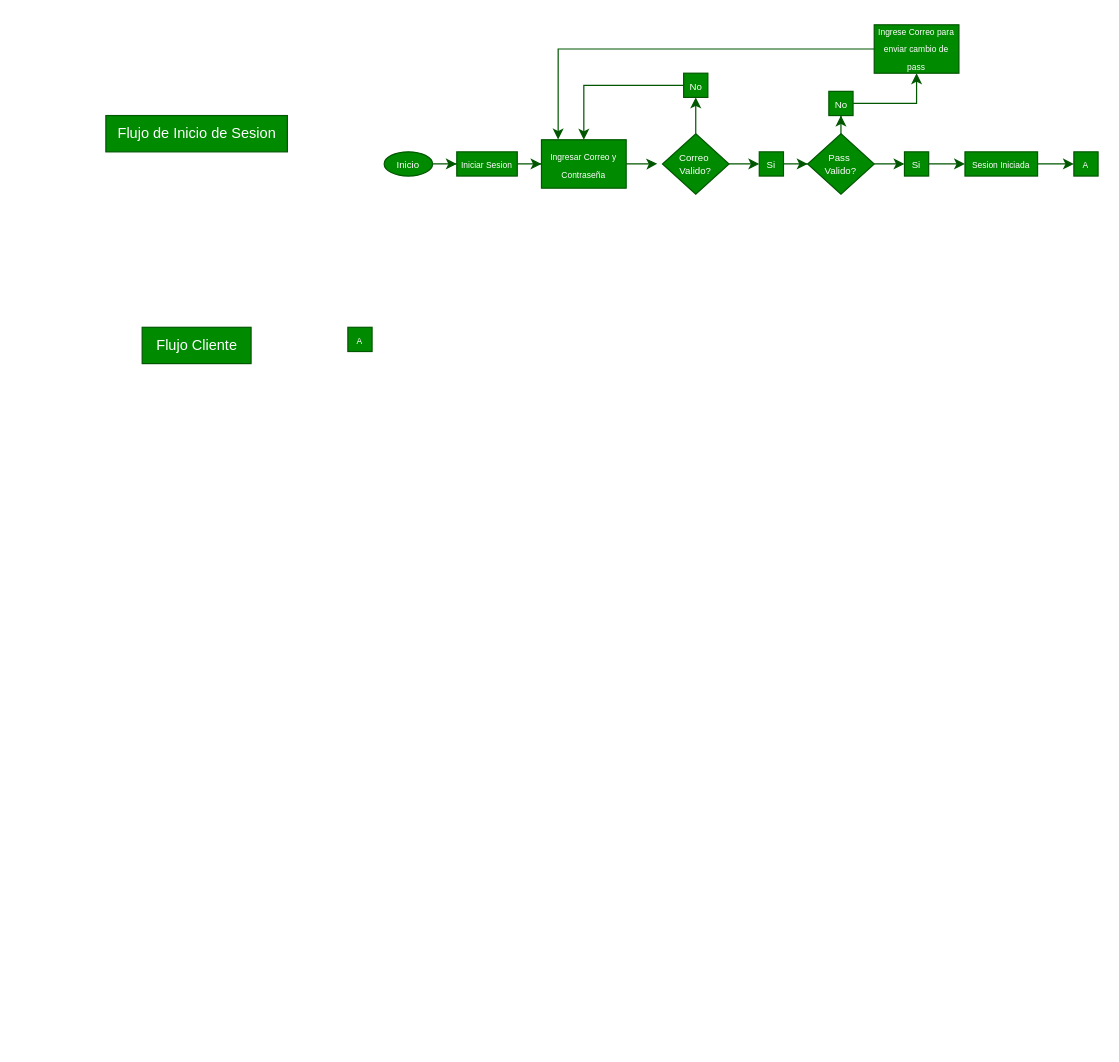
This is Diagrama sin título.drawio from Jottapar/Curso, a draw.io file, before an edit. Source tidied: cells renumbered, new cells numbered last; positions are measured from the earlier drawing's top-left corner, leaving out a move shared by most shapes. Both pictures are drawn from the tidied source at 121%, with x=0, y=0 at pixel (105, 24).
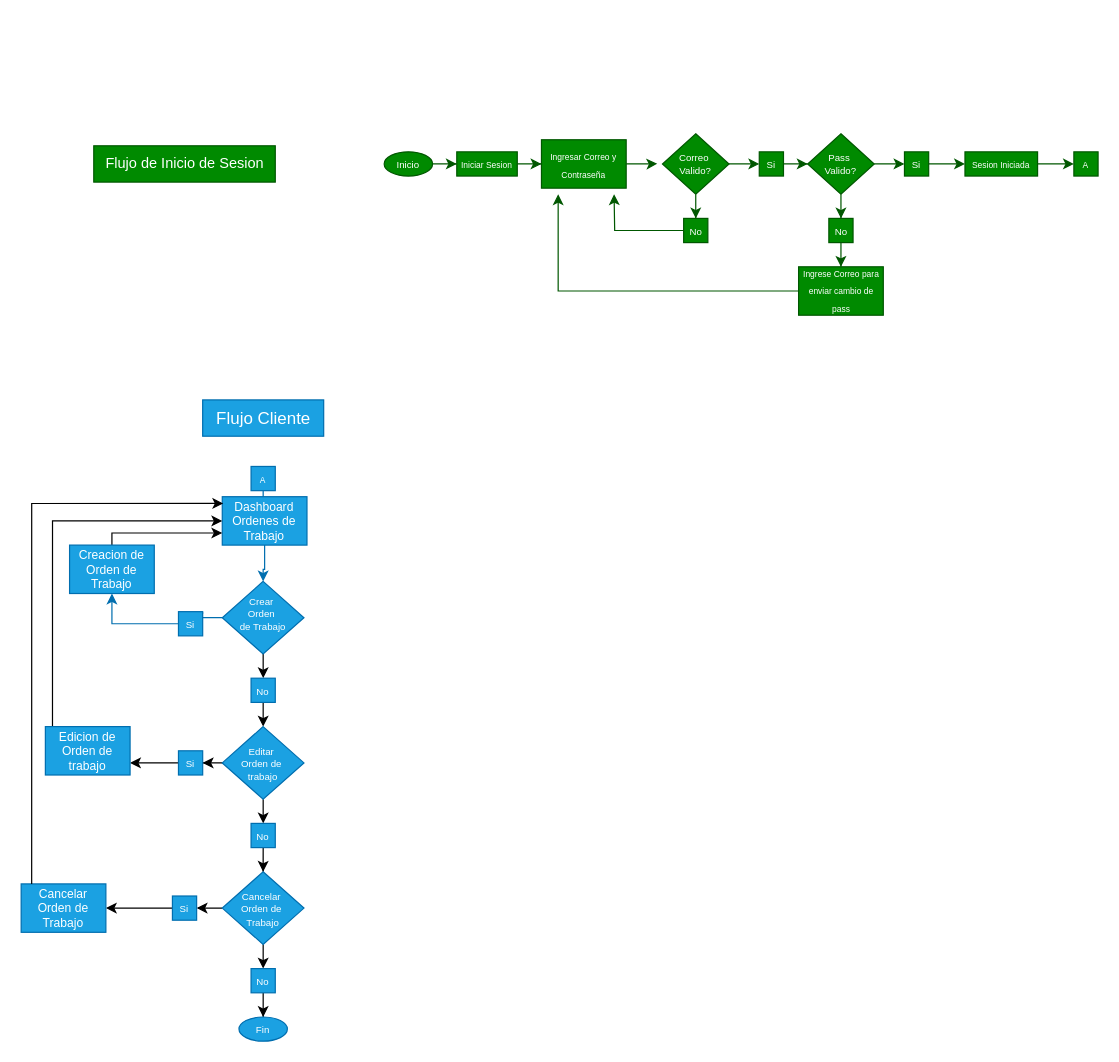
After the change.

The change refers to these unchanged cells:
```xml
<mxCell id="5" value="&lt;div style=&quot;line-height: 70%;&quot;&gt;&lt;span style=&quot;font-size: 8px;&quot;&gt;Correo&amp;nbsp;&lt;/span&gt;&lt;/div&gt;&lt;div style=&quot;line-height: 70%;&quot;&gt;&lt;span style=&quot;font-size: 8px;&quot;&gt;Valido?&lt;/span&gt;&lt;/div&gt;" style="rhombus;whiteSpace=wrap;html=1;fillColor=#008a00;fontColor=#ffffff;strokeColor=#005700;" parent="1" vertex="1">
  <mxGeometry x="460" y="90" width="55" height="50" as="geometry" />
</mxCell>
<mxCell id="9" value="&lt;font style=&quot;font-size: 7px;&quot;&gt;Ingresar Correo y Contraseña&lt;/font&gt;" style="rounded=0;whiteSpace=wrap;html=1;fillColor=#008a00;fontColor=#ffffff;strokeColor=#005700;" parent="1" vertex="1">
  <mxGeometry x="360" y="95" width="70" height="40" as="geometry" />
</mxCell>
<mxCell id="15" value="&lt;div style=&quot;line-height: 70%;&quot;&gt;&lt;span style=&quot;font-size: 8px;&quot;&gt;Pass&amp;nbsp;&lt;/span&gt;&lt;/div&gt;&lt;div style=&quot;line-height: 70%;&quot;&gt;&lt;span style=&quot;font-size: 8px;&quot;&gt;Valido?&lt;/span&gt;&lt;/div&gt;" style="rhombus;whiteSpace=wrap;html=1;fillColor=#008a00;fontColor=#ffffff;strokeColor=#005700;" parent="1" vertex="1">
  <mxGeometry x="580" y="90" width="55" height="50" as="geometry" />
</mxCell>
<mxCell id="23" value="&lt;font style=&quot;font-size: 8px;&quot;&gt;Si&lt;/font&gt;" style="rounded=0;whiteSpace=wrap;html=1;fillColor=#008a00;fontColor=#ffffff;strokeColor=#005700;" parent="1" vertex="1">
  <mxGeometry x="660" y="105" width="20" height="20" as="geometry" />
</mxCell>
```

What changed in the source:
```diff
@@
-    <mxCell id="4" style="edgeStyle=orthogonalEdgeStyle;rounded=0;jettySize=auto;html=1;fillColor=#008a00;strokeColor=#005700;" parent="1" edge="1" source="5">
-      <mxGeometry relative="1" as="geometry">
-        <mxPoint x="487.5" y="60" as="targetPoint" />
-      </mxGeometry>
-    </mxCell>
+    <mxCell id="31" style="edgeStyle=orthogonalEdgeStyle;rounded=0;jettySize=auto;html=1;entryX=0.5;entryY=0;entryDx=0;entryDy=0;fillColor=#008a00;strokeColor=#005700;" parent="1" edge="1" source="5" target="11">
+      <mxGeometry relative="1" as="geometry" />
+    </mxCell>
@@
     <mxCell id="11" value="&lt;font style=&quot;font-size: 8px;&quot;&gt;No&lt;/font&gt;" style="rounded=0;whiteSpace=wrap;html=1;fillColor=#008a00;fontColor=#ffffff;strokeColor=#005700;" parent="1" vertex="1">
-      <mxGeometry x="477.5" y="40" width="20" height="20" as="geometry" />
+      <mxGeometry x="477.5" y="160" width="20" height="20" as="geometry" />
     </mxCell>
-    <mxCell id="12" style="edgeStyle=orthogonalEdgeStyle;rounded=0;jettySize=auto;html=1;entryX=0.5;entryY=0;entryDx=0;entryDy=0;fillColor=#008a00;strokeColor=#005700;" parent="1" edge="1" source="11" target="9">
-      <mxGeometry relative="1" as="geometry" />
+    <mxCell id="12" style="edgeStyle=orthogonalEdgeStyle;rounded=0;jettySize=auto;html=1;fillColor=#008a00;strokeColor=#005700;" parent="1" edge="1" source="11">
+      <mxGeometry relative="1" as="geometry">
+        <mxPoint x="420" y="140" as="targetPoint" />
+      </mxGeometry>
     </mxCell>
+    <mxCell id="14" style="edgeStyle=orthogonalEdgeStyle;rounded=0;jettySize=auto;html=1;entryX=0;entryY=0.5;entryDx=0;entryDy=0;fillColor=#008a00;strokeColor=#005700;" parent="1" edge="1" source="15" target="23">
+      <mxGeometry relative="1" as="geometry" />
+    </mxCell>
-    <mxCell id="13" style="edgeStyle=orthogonalEdgeStyle;rounded=0;jettySize=auto;html=1;entryX=0.5;entryY=1;entryDx=0;entryDy=0;fillColor=#008a00;strokeColor=#005700;" parent="1" edge="1" source="15" target="18">
+    <mxCell id="13" style="edgeStyle=orthogonalEdgeStyle;rounded=0;jettySize=auto;html=1;entryX=0.5;entryY=0;entryDx=0;entryDy=0;fillColor=#008a00;strokeColor=#005700;" parent="1" edge="1" source="15" target="18">
       <mxGeometry relative="1" as="geometry" />
     </mxCell>
-    <mxCell id="14" style="edgeStyle=orthogonalEdgeStyle;rounded=0;jettySize=auto;html=1;entryX=0;entryY=0.5;entryDx=0;entryDy=0;fillColor=#008a00;strokeColor=#005700;" parent="1" edge="1" source="15" target="23">
-      <mxGeometry relative="1" as="geometry" />
-    </mxCell>
@@
-    <mxCell id="17" style="edgeStyle=orthogonalEdgeStyle;rounded=0;jettySize=auto;html=1;entryX=0.5;entryY=1;entryDx=0;entryDy=0;fillColor=#008a00;strokeColor=#005700;" parent="1" edge="1" source="18" target="19">
+    <mxCell id="17" style="edgeStyle=orthogonalEdgeStyle;rounded=0;jettySize=auto;html=1;entryX=0.5;entryY=0;entryDx=0;entryDy=0;fillColor=#008a00;strokeColor=#005700;" parent="1" edge="1" source="18" target="19">
       <mxGeometry relative="1" as="geometry" />
     </mxCell>
     <mxCell id="18" value="&lt;font style=&quot;font-size: 8px;&quot;&gt;No&lt;/font&gt;" style="rounded=0;whiteSpace=wrap;html=1;fillColor=#008a00;fontColor=#ffffff;strokeColor=#005700;" parent="1" vertex="1">
-      <mxGeometry x="597.5" y="55" width="20" height="20" as="geometry" />
+      <mxGeometry x="597.5" y="160" width="20" height="20" as="geometry" />
     </mxCell>
     <mxCell id="19" value="&lt;font style=&quot;font-size: 7px;&quot;&gt;Ingrese Correo para enviar cambio de pass&lt;/font&gt;" style="rounded=0;whiteSpace=wrap;html=1;textDirection=ltr;labelPosition=center;verticalLabelPosition=middle;align=center;verticalAlign=middle;spacing=1;spacingBottom=3;fillColor=#008a00;fontColor=#ffffff;strokeColor=#005700;" parent="1" vertex="1">
-      <mxGeometry x="635" width="70" height="40" as="geometry" />
+      <mxGeometry x="572.5" y="200" width="70" height="40" as="geometry" />
     </mxCell>
@@
-    <mxCell id="24" style="edgeStyle=orthogonalEdgeStyle;rounded=0;jettySize=auto;html=1;entryX=0.197;entryY=-0.006;entryDx=0;entryDy=0;entryPerimeter=0;fillColor=#008a00;strokeColor=#005700;" parent="1" edge="1" source="19" target="9">
+    <mxCell id="24" style="edgeStyle=orthogonalEdgeStyle;rounded=0;jettySize=auto;html=1;entryX=0.197;entryY=1.125;entryDx=0;entryDy=0;entryPerimeter=0;fillColor=#008a00;strokeColor=#005700;" parent="1" edge="1" source="19" target="9">
       <mxGeometry relative="1" as="geometry" />
     </mxCell>
@@
     <mxCell id="27" value="Flujo de Inicio de Sesion" style="text;html=1;align=center;verticalAlign=middle;strokeColor=#005700;fillColor=#008a00;fontColor=#ffffff;" parent="1" vertex="1">
-      <mxGeometry y="75" width="150" height="30" as="geometry" />
+      <mxGeometry x="-10" y="100" width="150" height="30" as="geometry" />
     </mxCell>
-    <mxCell id="28" value="Flujo Cliente" style="text;html=1;align=center;verticalAlign=middle;strokeColor=#005700;fillColor=#008a00;fontColor=#ffffff;" parent="1" vertex="1">
-      <mxGeometry x="30" y="250" width="90" height="30" as="geometry" />
+    <mxCell id="28" value="Flujo Cliente" style="text;html=1;align=center;verticalAlign=middle;strokeColor=#006EAF;fillColor=#1ba1e2;fontColor=#ffffff;fontSize=14;" parent="1" vertex="1">
+      <mxGeometry x="80" y="310" width="100" height="30" as="geometry" />
     </mxCell>
@@
+    <mxCell id="32" style="edgeStyle=orthogonalEdgeStyle;rounded=0;jettySize=auto;html=1;entryX=0.5;entryY=0;entryDx=0;entryDy=0;fillColor=#1ba1e2;strokeColor=#006EAF;" parent="1" edge="1" source="30" target="34">
+      <mxGeometry relative="1" as="geometry" />
+    </mxCell>
-    <mxCell id="30" value="&lt;span style=&quot;font-size: 7px;&quot;&gt;A&lt;/span&gt;" style="rounded=0;whiteSpace=wrap;html=1;fillColor=#008a00;fontColor=#ffffff;strokeColor=#005700;" parent="1" vertex="1">
-      <mxGeometry x="200" y="250" width="20" height="20" as="geometry" />
+    <mxCell id="30" value="&lt;span style=&quot;font-size: 7px;&quot;&gt;A&lt;/span&gt;" style="rounded=0;whiteSpace=wrap;html=1;fillColor=#1ba1e2;fontColor=#ffffff;strokeColor=#006EAF;" parent="1" vertex="1">
+      <mxGeometry x="120" y="365" width="20" height="20" as="geometry" />
     </mxCell>
+    <mxCell id="33" style="edgeStyle=orthogonalEdgeStyle;rounded=0;jettySize=auto;html=1;entryX=0.5;entryY=0;entryDx=0;entryDy=0;fillColor=#1ba1e2;strokeColor=#006EAF;" parent="1" edge="1" source="34" target="37">
+      <mxGeometry relative="1" as="geometry" />
+    </mxCell>
+    <mxCell id="34" value="&lt;font&gt;Dashboard Ordenes de Trabajo&lt;/font&gt;" style="rounded=0;whiteSpace=wrap;html=1;fillColor=#1ba1e2;fontColor=#ffffff;strokeColor=#006EAF;fontSize=10;" parent="1" vertex="1">
+      <mxGeometry x="96.2" y="390" width="70" height="40" as="geometry" />
+    </mxCell>
+    <mxCell id="35" style="edgeStyle=orthogonalEdgeStyle;rounded=0;jettySize=auto;html=1;fillColor=#1ba1e2;strokeColor=#006EAF;" parent="1" edge="1" source="37" target="39">
+      <mxGeometry relative="1" as="geometry" />
+    </mxCell>
+    <mxCell id="36" style="edgeStyle=orthogonalEdgeStyle;rounded=0;jettySize=auto;html=1;entryX=0.5;entryY=0;entryDx=0;entryDy=0;" parent="1" edge="1" source="37" target="41">
+      <mxGeometry relative="1" as="geometry" />
+    </mxCell>
+    <mxCell id="37" value="&lt;div style=&quot;line-height: 70%;&quot;&gt;&lt;span style=&quot;font-size: 8px;&quot;&gt;Crear&amp;nbsp;&lt;/span&gt;&lt;/div&gt;&lt;div style=&quot;line-height: 70%;&quot;&gt;&lt;span style=&quot;font-size: 8px;&quot;&gt;Orden&amp;nbsp;&lt;/span&gt;&lt;/div&gt;&lt;div style=&quot;line-height: 70%;&quot;&gt;&lt;span style=&quot;font-size: 8px;&quot;&gt;de Trabajo&lt;/span&gt;&lt;/div&gt;" style="rhombus;whiteSpace=wrap;html=1;fillColor=#1ba1e2;fontColor=#ffffff;strokeColor=#006EAF;spacingBottom=6;" parent="1" vertex="1">
+      <mxGeometry x="96.2" y="460" width="67.5" height="60" as="geometry" />
+    </mxCell>
+    <mxCell id="38" style="edgeStyle=orthogonalEdgeStyle;rounded=0;jettySize=auto;html=1;entryX=0.5;entryY=1;entryDx=0;entryDy=0;fillColor=#1ba1e2;strokeColor=#006EAF;" parent="1" edge="1" source="39" target="43">
+      <mxGeometry relative="1" as="geometry" />
+    </mxCell>
+    <mxCell id="39" value="&lt;font style=&quot;font-size: 8px;&quot;&gt;Si&lt;/font&gt;" style="rounded=0;whiteSpace=wrap;html=1;fillColor=#1ba1e2;fontColor=#ffffff;strokeColor=#006EAF;" parent="1" vertex="1">
+      <mxGeometry x="60" y="485" width="20" height="20" as="geometry" />
+    </mxCell>
+    <mxCell id="40" style="edgeStyle=orthogonalEdgeStyle;rounded=0;jettySize=auto;html=1;" parent="1" edge="1" source="41" target="46">
+      <mxGeometry relative="1" as="geometry" />
+    </mxCell>
+    <mxCell id="41" value="&lt;font style=&quot;font-size: 8px;&quot;&gt;No&lt;/font&gt;" style="rounded=0;whiteSpace=wrap;html=1;fillColor=#1ba1e2;fontColor=#ffffff;strokeColor=#006EAF;" parent="1" vertex="1">
+      <mxGeometry x="120" y="540" width="20" height="20" as="geometry" />
+    </mxCell>
+    <mxCell id="42" style="edgeStyle=orthogonalEdgeStyle;rounded=0;jettySize=auto;html=1;entryX=0;entryY=0.75;entryDx=0;entryDy=0;exitX=0.5;exitY=0;exitDx=0;exitDy=0;" parent="1" edge="1" source="43" target="34">
+      <mxGeometry relative="1" as="geometry">
+        <Array as="points">
+          <mxPoint x="5" y="420" />
+        </Array>
+      </mxGeometry>
+    </mxCell>
+    <mxCell id="43" value="&lt;font&gt;Creacion de Orden de Trabajo&lt;/font&gt;" style="rounded=0;whiteSpace=wrap;html=1;fillColor=#1ba1e2;fontColor=#ffffff;strokeColor=#006EAF;fontSize=10;" parent="1" vertex="1">
+      <mxGeometry x="-30" y="430" width="70" height="40" as="geometry" />
+    </mxCell>
+    <mxCell id="44" style="edgeStyle=orthogonalEdgeStyle;rounded=0;jettySize=auto;html=1;" parent="1" edge="1" source="46" target="48">
+      <mxGeometry relative="1" as="geometry" />
+    </mxCell>
+    <mxCell id="45" style="edgeStyle=orthogonalEdgeStyle;rounded=0;jettySize=auto;html=1;entryX=0.5;entryY=0;entryDx=0;entryDy=0;" parent="1" edge="1" source="46" target="52">
+      <mxGeometry relative="1" as="geometry" />
+    </mxCell>
+    <mxCell id="46" value="&lt;div style=&quot;line-height: 70%;&quot;&gt;&lt;span style=&quot;font-size: 8px;&quot;&gt;Editar&amp;nbsp;&lt;/span&gt;&lt;/div&gt;&lt;div style=&quot;line-height: 70%;&quot;&gt;&lt;span style=&quot;font-size: 8px;&quot;&gt;Orden de&amp;nbsp;&lt;/span&gt;&lt;/div&gt;&lt;div style=&quot;line-height: 70%;&quot;&gt;&lt;span style=&quot;font-size: 8px;&quot;&gt;trabajo&lt;/span&gt;&lt;/div&gt;" style="rhombus;whiteSpace=wrap;html=1;fillColor=#1ba1e2;fontColor=#ffffff;strokeColor=#006EAF;spacingBottom=-1;" parent="1" vertex="1">
+      <mxGeometry x="96.2" y="580" width="67.5" height="60" as="geometry" />
+    </mxCell>
+    <mxCell id="47" style="edgeStyle=orthogonalEdgeStyle;rounded=0;jettySize=auto;html=1;entryX=1;entryY=0.75;entryDx=0;entryDy=0;" parent="1" edge="1" source="48" target="50">
+      <mxGeometry relative="1" as="geometry" />
+    </mxCell>
+    <mxCell id="48" value="&lt;font style=&quot;font-size: 8px;&quot;&gt;Si&lt;/font&gt;" style="rounded=0;whiteSpace=wrap;html=1;fillColor=#1ba1e2;fontColor=#ffffff;strokeColor=#006EAF;" parent="1" vertex="1">
+      <mxGeometry x="60" y="600" width="20" height="20" as="geometry" />
+    </mxCell>
+    <mxCell id="49" style="edgeStyle=orthogonalEdgeStyle;rounded=0;jettySize=auto;html=1;entryX=0;entryY=0.5;entryDx=0;entryDy=0;exitX=0.084;exitY=0;exitDx=0;exitDy=0;exitPerimeter=0;" parent="1" edge="1" source="50" target="34">
+      <mxGeometry relative="1" as="geometry" />
+    </mxCell>
+    <mxCell id="50" value="&lt;font&gt;Edicion de Orden de trabajo&lt;/font&gt;" style="rounded=0;whiteSpace=wrap;html=1;fillColor=#1ba1e2;fontColor=#ffffff;strokeColor=#006EAF;fontSize=10;" parent="1" vertex="1">
+      <mxGeometry x="-50" y="580" width="70" height="40" as="geometry" />
+    </mxCell>
+    <mxCell id="51" style="edgeStyle=orthogonalEdgeStyle;rounded=0;jettySize=auto;html=1;entryX=0.5;entryY=0;entryDx=0;entryDy=0;" parent="1" edge="1" source="52" target="55">
+      <mxGeometry relative="1" as="geometry" />
+    </mxCell>
+    <mxCell id="52" value="&lt;font style=&quot;font-size: 8px;&quot;&gt;No&lt;/font&gt;" style="rounded=0;whiteSpace=wrap;html=1;fillColor=#1ba1e2;fontColor=#ffffff;strokeColor=#006EAF;" parent="1" vertex="1">
+      <mxGeometry x="120" y="660" width="20" height="20" as="geometry" />
+    </mxCell>
+    <mxCell id="53" style="edgeStyle=orthogonalEdgeStyle;rounded=0;jettySize=auto;html=1;entryX=0.5;entryY=0;entryDx=0;entryDy=0;" parent="1" edge="1" source="55" target="61">
+      <mxGeometry relative="1" as="geometry" />
+    </mxCell>
+    <mxCell id="54" style="edgeStyle=orthogonalEdgeStyle;rounded=0;jettySize=auto;html=1;entryX=1;entryY=0.5;entryDx=0;entryDy=0;" parent="1" edge="1" source="55" target="57">
+      <mxGeometry relative="1" as="geometry" />
+    </mxCell>
+    <mxCell id="55" value="&lt;div style=&quot;line-height: 70%;&quot;&gt;&lt;span style=&quot;font-size: 8px;&quot;&gt;Cancelar&amp;nbsp;&lt;/span&gt;&lt;/div&gt;&lt;div style=&quot;line-height: 70%;&quot;&gt;&lt;span style=&quot;font-size: 8px;&quot;&gt;Orden de&amp;nbsp;&lt;/span&gt;&lt;/div&gt;&lt;div style=&quot;line-height: 70%;&quot;&gt;&lt;span style=&quot;font-size: 8px;&quot;&gt;Trabajo&lt;/span&gt;&lt;/div&gt;" style="rhombus;whiteSpace=wrap;html=1;fillColor=#1ba1e2;fontColor=#ffffff;strokeColor=#006EAF;spacingBottom=-1;" parent="1" vertex="1">
+      <mxGeometry x="96.2" y="700" width="67.5" height="60" as="geometry" />
+    </mxCell>
+    <mxCell id="56" style="edgeStyle=orthogonalEdgeStyle;rounded=0;jettySize=auto;html=1;entryX=1;entryY=0.5;entryDx=0;entryDy=0;" parent="1" edge="1" source="57" target="58">
+      <mxGeometry relative="1" as="geometry" />
+    </mxCell>
+    <mxCell id="57" value="&lt;font style=&quot;font-size: 8px;&quot;&gt;Si&lt;/font&gt;" style="rounded=0;whiteSpace=wrap;html=1;fillColor=#1ba1e2;fontColor=#ffffff;strokeColor=#006EAF;" parent="1" vertex="1">
+      <mxGeometry x="55" y="720" width="20" height="20" as="geometry" />
+    </mxCell>
+    <mxCell id="58" value="&lt;font&gt;Cancelar Orden de Trabajo&lt;/font&gt;" style="rounded=0;whiteSpace=wrap;html=1;fillColor=#1ba1e2;fontColor=#ffffff;strokeColor=#006EAF;fontSize=10;" parent="1" vertex="1">
+      <mxGeometry x="-70" y="710" width="70" height="40" as="geometry" />
+    </mxCell>
+    <mxCell id="59" style="edgeStyle=orthogonalEdgeStyle;rounded=0;jettySize=auto;html=1;entryX=0.011;entryY=0.139;entryDx=0;entryDy=0;entryPerimeter=0;exitX=0.124;exitY=0;exitDx=0;exitDy=0;exitPerimeter=0;" parent="1" edge="1" source="58" target="34">
+      <mxGeometry relative="1" as="geometry" />
+    </mxCell>
+    <mxCell id="60" style="edgeStyle=orthogonalEdgeStyle;rounded=0;jettySize=auto;html=1;entryX=0.5;entryY=0;entryDx=0;entryDy=0;" parent="1" edge="1" source="61" target="62">
+      <mxGeometry relative="1" as="geometry" />
+    </mxCell>
+    <mxCell id="61" value="&lt;font style=&quot;font-size: 8px;&quot;&gt;No&lt;/font&gt;" style="rounded=0;whiteSpace=wrap;html=1;fillColor=#1ba1e2;fontColor=#ffffff;strokeColor=#006EAF;" parent="1" vertex="1">
+      <mxGeometry x="120" y="780" width="20" height="20" as="geometry" />
+    </mxCell>
+    <mxCell id="62" value="&lt;font style=&quot;font-size: 8px;&quot;&gt;Fin&lt;/font&gt;" style="ellipse;whiteSpace=wrap;html=1;fillColor=#1ba1e2;fontColor=#ffffff;strokeColor=#006EAF;" parent="1" vertex="1">
+      <mxGeometry x="110" y="820" width="40" height="20" as="geometry" />
+    </mxCell>
```
